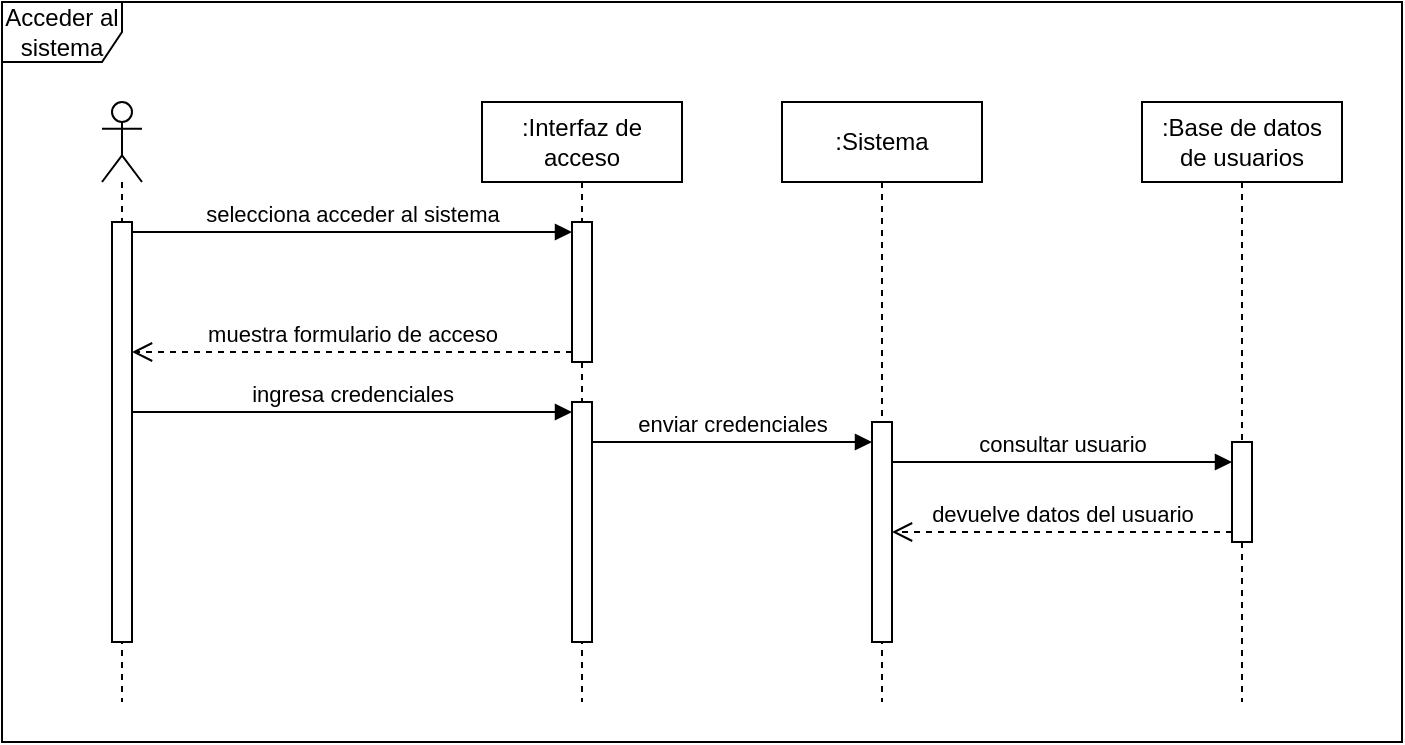
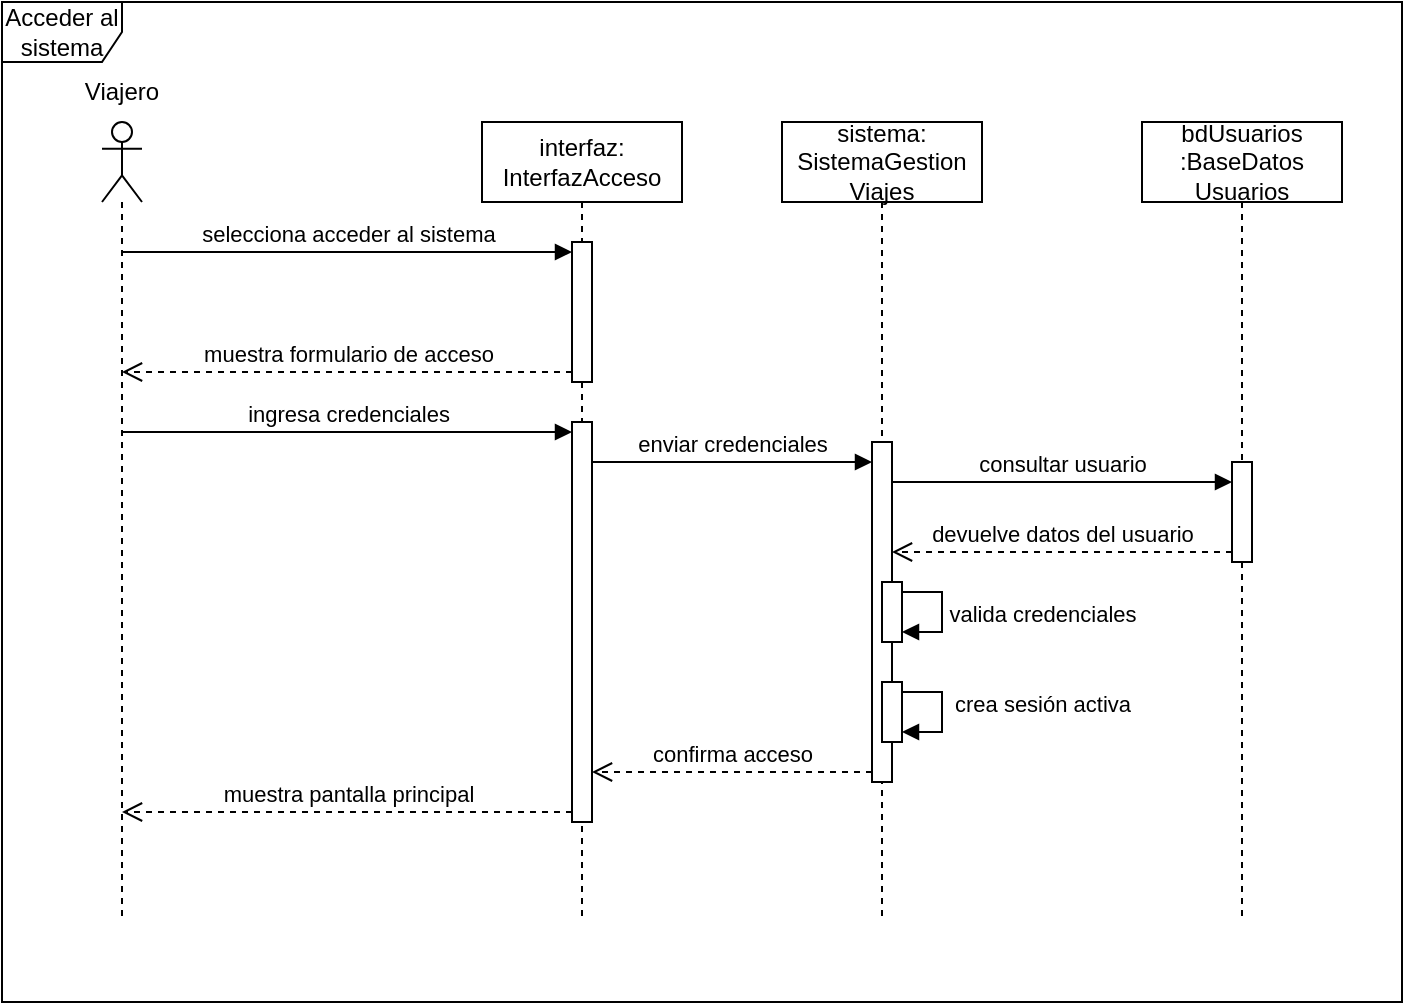
<mxfile host="app.diagrams.net">
  <diagram name="Page-1" id="XoSe4Bvsa1zk3Fma54D0">
-     <mxGraphModel dx="816" dy="572" grid="1" gridSize="10" guides="1" tooltips="1" connect="1" arrows="1" fold="1" page="1" pageScale="1" pageWidth="850" pageHeight="1100" math="0" shadow="0">
+     <mxGraphModel dx="758" dy="522" grid="1" gridSize="10" guides="1" tooltips="1" connect="1" arrows="1" fold="1" page="1" pageScale="1" pageWidth="850" pageHeight="1100" math="0" shadow="0">
      <root>
        <mxCell id="0" />
        <mxCell id="1" parent="0" />
        <mxCell id="zznDNYEqhcvfvObnSjIi-2" parent="1" style="shape=umlFrame;whiteSpace=wrap;html=1;pointerEvents=0;" value="Acceder al sistema" vertex="1">
-           <mxGeometry height="370" width="700" x="210" y="160" as="geometry" />
+           <mxGeometry height="500" width="700" x="210" y="150" as="geometry" />
        </mxCell>
        <mxCell id="zznDNYEqhcvfvObnSjIi-3" parent="1" style="shape=umlLifeline;perimeter=lifelinePerimeter;whiteSpace=wrap;html=1;container=1;dropTarget=0;collapsible=0;recursiveResize=0;outlineConnect=0;portConstraint=eastwest;newEdgeStyle={&quot;curved&quot;:0,&quot;rounded&quot;:0};participant=umlActor;" value="" vertex="1">
-           <mxGeometry height="300" width="20" x="260" y="210" as="geometry" />
+           <mxGeometry height="400" width="20" x="260" y="210" as="geometry" />
        </mxCell>
-         <mxCell id="zznDNYEqhcvfvObnSjIi-13" parent="zznDNYEqhcvfvObnSjIi-3" style="html=1;points=[[0,0,0,0,5],[0,1,0,0,-5],[1,0,0,0,5],[1,1,0,0,-5]];perimeter=orthogonalPerimeter;outlineConnect=0;targetShapes=umlLifeline;portConstraint=eastwest;newEdgeStyle={&quot;curved&quot;:0,&quot;rounded&quot;:0};" value="" vertex="1">
-           <mxGeometry height="210" width="10" x="5" y="60" as="geometry" />
-         </mxCell>
-         <mxCell id="zznDNYEqhcvfvObnSjIi-5" parent="1" style="shape=umlLifeline;perimeter=lifelinePerimeter;whiteSpace=wrap;html=1;container=1;dropTarget=0;collapsible=0;recursiveResize=0;outlineConnect=0;portConstraint=eastwest;newEdgeStyle={&quot;curved&quot;:0,&quot;rounded&quot;:0};" value=":Interfaz de acceso" vertex="1">
-           <mxGeometry height="300" width="100" x="450" y="210" as="geometry" />
+         <mxCell id="zznDNYEqhcvfvObnSjIi-5" parent="1" style="shape=umlLifeline;perimeter=lifelinePerimeter;whiteSpace=wrap;html=1;container=1;dropTarget=0;collapsible=0;recursiveResize=0;outlineConnect=0;portConstraint=eastwest;newEdgeStyle={&quot;curved&quot;:0,&quot;rounded&quot;:0};" value="&lt;div&gt;interfaz:&lt;/div&gt;&lt;div&gt;InterfazAcceso&lt;/div&gt;" vertex="1">
+           <mxGeometry height="400" width="100" x="450" y="210" as="geometry" />
        </mxCell>
        <mxCell id="zznDNYEqhcvfvObnSjIi-15" parent="zznDNYEqhcvfvObnSjIi-5" style="html=1;points=[[0,0,0,0,5],[0,1,0,0,-5],[1,0,0,0,5],[1,1,0,0,-5]];perimeter=orthogonalPerimeter;outlineConnect=0;targetShapes=umlLifeline;portConstraint=eastwest;newEdgeStyle={&quot;curved&quot;:0,&quot;rounded&quot;:0};" value="" vertex="1">
          <mxGeometry height="70" width="10" x="45" y="60" as="geometry" />
        </mxCell>
        <mxCell id="zznDNYEqhcvfvObnSjIi-23" parent="zznDNYEqhcvfvObnSjIi-5" style="html=1;points=[[0,0,0,0,5],[0,1,0,0,-5],[1,0,0,0,5],[1,1,0,0,-5]];perimeter=orthogonalPerimeter;outlineConnect=0;targetShapes=umlLifeline;portConstraint=eastwest;newEdgeStyle={&quot;curved&quot;:0,&quot;rounded&quot;:0};" value="" vertex="1">
-           <mxGeometry height="120" width="10" x="45" y="150" as="geometry" />
+           <mxGeometry height="200" width="10" x="45" y="150" as="geometry" />
        </mxCell>
-         <mxCell id="zznDNYEqhcvfvObnSjIi-6" parent="1" style="shape=umlLifeline;perimeter=lifelinePerimeter;whiteSpace=wrap;html=1;container=1;dropTarget=0;collapsible=0;recursiveResize=0;outlineConnect=0;portConstraint=eastwest;newEdgeStyle={&quot;curved&quot;:0,&quot;rounded&quot;:0};" value=":Sistema" vertex="1">
-           <mxGeometry height="300" width="100" x="600" y="210" as="geometry" />
+         <mxCell id="zznDNYEqhcvfvObnSjIi-6" parent="1" style="shape=umlLifeline;perimeter=lifelinePerimeter;whiteSpace=wrap;html=1;container=1;dropTarget=0;collapsible=0;recursiveResize=0;outlineConnect=0;portConstraint=eastwest;newEdgeStyle={&quot;curved&quot;:0,&quot;rounded&quot;:0};" value="&lt;div&gt;sistema:&lt;/div&gt;&lt;div&gt;SistemaGestion&lt;/div&gt;&lt;div&gt;Viajes&lt;/div&gt;" vertex="1">
+           <mxGeometry height="400" width="100" x="600" y="210" as="geometry" />
        </mxCell>
        <mxCell id="zznDNYEqhcvfvObnSjIi-26" parent="zznDNYEqhcvfvObnSjIi-6" style="html=1;points=[[0,0,0,0,5],[0,1,0,0,-5],[1,0,0,0,5],[1,1,0,0,-5]];perimeter=orthogonalPerimeter;outlineConnect=0;targetShapes=umlLifeline;portConstraint=eastwest;newEdgeStyle={&quot;curved&quot;:0,&quot;rounded&quot;:0};" value="" vertex="1">
-           <mxGeometry height="110" width="10" x="45" y="160" as="geometry" />
+           <mxGeometry height="170" width="10" x="45" y="160" as="geometry" />
        </mxCell>
-         <mxCell id="zznDNYEqhcvfvObnSjIi-7" parent="1" style="shape=umlLifeline;perimeter=lifelinePerimeter;whiteSpace=wrap;html=1;container=1;dropTarget=0;collapsible=0;recursiveResize=0;outlineConnect=0;portConstraint=eastwest;newEdgeStyle={&quot;curved&quot;:0,&quot;rounded&quot;:0};" value="&lt;div&gt;:Base de datos&lt;/div&gt;&lt;div&gt;de usuarios&lt;/div&gt;" vertex="1">
-           <mxGeometry height="300" width="100" x="780" y="210" as="geometry" />
+         <mxCell id="45dRcC3L5t74qwIQxNL3-1" parent="zznDNYEqhcvfvObnSjIi-6" style="html=1;points=[[0,0,0,0,5],[0,1,0,0,-5],[1,0,0,0,5],[1,1,0,0,-5]];perimeter=orthogonalPerimeter;outlineConnect=0;targetShapes=umlLifeline;portConstraint=eastwest;newEdgeStyle={&quot;curved&quot;:0,&quot;rounded&quot;:0};" value="" vertex="1">
+           <mxGeometry height="30" width="10" x="50" y="230" as="geometry" />
+         </mxCell>
+         <mxCell id="45dRcC3L5t74qwIQxNL3-2" edge="1" parent="zznDNYEqhcvfvObnSjIi-6" source="45dRcC3L5t74qwIQxNL3-1" style="html=1;verticalAlign=bottom;endArrow=block;curved=0;rounded=0;exitX=1;exitY=0;exitDx=0;exitDy=5;exitPerimeter=0;" target="45dRcC3L5t74qwIQxNL3-1" value="valida credenciales">
+           <mxGeometry relative="1" width="80" x="0.3333" y="-50" as="geometry">
+             <mxPoint x="50" y="50" as="offset" />
+             <mxPoint x="70" y="250" as="sourcePoint" />
+             <mxPoint x="150" y="250" as="targetPoint" />
+           </mxGeometry>
+         </mxCell>
+         <mxCell id="45dRcC3L5t74qwIQxNL3-3" parent="zznDNYEqhcvfvObnSjIi-6" style="html=1;points=[[0,0,0,0,5],[0,1,0,0,-5],[1,0,0,0,5],[1,1,0,0,-5]];perimeter=orthogonalPerimeter;outlineConnect=0;targetShapes=umlLifeline;portConstraint=eastwest;newEdgeStyle={&quot;curved&quot;:0,&quot;rounded&quot;:0};" value="" vertex="1">
+           <mxGeometry height="30" width="10" x="50" y="280" as="geometry" />
+         </mxCell>
+         <mxCell id="45dRcC3L5t74qwIQxNL3-4" edge="1" parent="zznDNYEqhcvfvObnSjIi-6" source="45dRcC3L5t74qwIQxNL3-3" style="html=1;verticalAlign=bottom;endArrow=block;curved=0;rounded=0;entryX=1;entryY=1;entryDx=0;entryDy=-5;entryPerimeter=0;" target="45dRcC3L5t74qwIQxNL3-3" value="crea sesión activa">
+           <mxGeometry relative="1" width="80" x="0.1667" y="50" as="geometry">
+             <mxPoint as="offset" />
+             <mxPoint x="30" y="300" as="sourcePoint" />
+             <mxPoint x="110" y="300" as="targetPoint" />
+           </mxGeometry>
+         </mxCell>
+         <mxCell id="zznDNYEqhcvfvObnSjIi-7" parent="1" style="shape=umlLifeline;perimeter=lifelinePerimeter;whiteSpace=wrap;html=1;container=1;dropTarget=0;collapsible=0;recursiveResize=0;outlineConnect=0;portConstraint=eastwest;newEdgeStyle={&quot;curved&quot;:0,&quot;rounded&quot;:0};" value="bdUsuarios&lt;div&gt;:BaseDatos&lt;/div&gt;&lt;div&gt;Usuarios&lt;/div&gt;" vertex="1">
+           <mxGeometry height="400" width="100" x="780" y="210" as="geometry" />
        </mxCell>
        <mxCell id="zznDNYEqhcvfvObnSjIi-28" parent="zznDNYEqhcvfvObnSjIi-7" style="html=1;points=[[0,0,0,0,5],[0,1,0,0,-5],[1,0,0,0,5],[1,1,0,0,-5]];perimeter=orthogonalPerimeter;outlineConnect=0;targetShapes=umlLifeline;portConstraint=eastwest;newEdgeStyle={&quot;curved&quot;:0,&quot;rounded&quot;:0};" value="" vertex="1">
          <mxGeometry height="50" width="10" x="45" y="170" as="geometry" />
        </mxCell>
-         <mxCell id="zznDNYEqhcvfvObnSjIi-20" edge="1" parent="1" source="zznDNYEqhcvfvObnSjIi-13" style="html=1;verticalAlign=bottom;endArrow=block;curved=0;rounded=0;exitX=1;exitY=0;exitDx=0;exitDy=5;exitPerimeter=0;entryX=0;entryY=0;entryDx=0;entryDy=5;entryPerimeter=0;" target="zznDNYEqhcvfvObnSjIi-15" value="selecciona acceder al sistema">
+         <mxCell id="zznDNYEqhcvfvObnSjIi-20" edge="1" parent="1" source="zznDNYEqhcvfvObnSjIi-3" style="html=1;verticalAlign=bottom;endArrow=block;curved=0;rounded=0;entryX=0;entryY=0;entryDx=0;entryDy=5;entryPerimeter=0;" target="zznDNYEqhcvfvObnSjIi-15" value="selecciona acceder al sistema">
          <mxGeometry relative="1" width="80" as="geometry">
-             <mxPoint x="330" y="360" as="sourcePoint" />
+             <mxPoint x="274.9999999999999" y="275" as="sourcePoint" />
            <mxPoint x="410" y="360" as="targetPoint" />
          </mxGeometry>
        </mxCell>
-         <mxCell id="zznDNYEqhcvfvObnSjIi-22" edge="1" parent="1" source="zznDNYEqhcvfvObnSjIi-15" style="html=1;verticalAlign=bottom;endArrow=open;dashed=1;endSize=8;curved=0;rounded=0;exitX=0;exitY=1;exitDx=0;exitDy=-5;exitPerimeter=0;" target="zznDNYEqhcvfvObnSjIi-13" value="muestra formulario de acceso">
+         <mxCell id="zznDNYEqhcvfvObnSjIi-22" edge="1" parent="1" source="zznDNYEqhcvfvObnSjIi-15" style="html=1;verticalAlign=bottom;endArrow=open;dashed=1;endSize=8;curved=0;rounded=0;exitX=0;exitY=1;exitDx=0;exitDy=-5;exitPerimeter=0;" target="zznDNYEqhcvfvObnSjIi-3" value="muestra formulario de acceso">
          <mxGeometry relative="1" as="geometry">
            <mxPoint x="520" y="340" as="sourcePoint" />
-             <mxPoint x="440" y="340" as="targetPoint" />
+             <mxPoint x="274.9999999999999" y="335" as="targetPoint" />
          </mxGeometry>
        </mxCell>
-         <mxCell id="zznDNYEqhcvfvObnSjIi-24" edge="1" parent="1" source="zznDNYEqhcvfvObnSjIi-13" style="html=1;verticalAlign=bottom;endArrow=block;curved=0;rounded=0;entryX=0;entryY=0;entryDx=0;entryDy=5;entryPerimeter=0;" target="zznDNYEqhcvfvObnSjIi-23" value="ingresa credenciales">
+         <mxCell id="zznDNYEqhcvfvObnSjIi-24" edge="1" parent="1" source="zznDNYEqhcvfvObnSjIi-3" style="html=1;verticalAlign=bottom;endArrow=block;curved=0;rounded=0;entryX=0;entryY=0;entryDx=0;entryDy=5;entryPerimeter=0;" target="zznDNYEqhcvfvObnSjIi-23" value="ingresa credenciales">
          <mxGeometry relative="1" width="80" as="geometry">
-             <mxPoint x="410" y="360" as="sourcePoint" />
+             <mxPoint x="274.9999999999999" y="365" as="sourcePoint" />
            <mxPoint x="490" y="360" as="targetPoint" />
          </mxGeometry>
        </mxCell>
        <mxCell id="zznDNYEqhcvfvObnSjIi-25" edge="1" parent="1" source="zznDNYEqhcvfvObnSjIi-23" style="html=1;verticalAlign=bottom;endArrow=block;curved=0;rounded=0;" value="enviar credenciales">
          <mxGeometry relative="1" width="80" as="geometry">
            <mxPoint x="505" y="380" as="sourcePoint" />
            <mxPoint x="645" y="380" as="targetPoint" />
          </mxGeometry>
        </mxCell>
        <mxCell id="zznDNYEqhcvfvObnSjIi-27" edge="1" parent="1" style="html=1;verticalAlign=bottom;endArrow=block;curved=0;rounded=0;" target="zznDNYEqhcvfvObnSjIi-28" value="consultar usuario">
          <mxGeometry relative="1" width="80" as="geometry">
            <mxPoint x="655" y="390" as="sourcePoint" />
            <mxPoint x="765" y="390" as="targetPoint" />
          </mxGeometry>
        </mxCell>
        <mxCell id="zznDNYEqhcvfvObnSjIi-29" edge="1" parent="1" source="zznDNYEqhcvfvObnSjIi-28" style="html=1;verticalAlign=bottom;endArrow=open;dashed=1;endSize=8;curved=0;rounded=0;exitX=0;exitY=1;exitDx=0;exitDy=-5;exitPerimeter=0;" target="zznDNYEqhcvfvObnSjIi-26" value="devuelve datos del usuario">
          <mxGeometry relative="1" as="geometry">
            <mxPoint x="620" y="370" as="sourcePoint" />
            <mxPoint x="540" y="370" as="targetPoint" />
          </mxGeometry>
        </mxCell>
+         <mxCell id="45dRcC3L5t74qwIQxNL3-5" edge="1" parent="1" source="zznDNYEqhcvfvObnSjIi-26" style="html=1;verticalAlign=bottom;endArrow=open;dashed=1;endSize=8;curved=0;rounded=0;exitX=0;exitY=1;exitDx=0;exitDy=-5;exitPerimeter=0;" target="zznDNYEqhcvfvObnSjIi-23" value="confirma acceso">
+           <mxGeometry relative="1" as="geometry">
+             <mxPoint x="670" y="500" as="sourcePoint" />
+             <mxPoint x="590" y="500" as="targetPoint" />
+           </mxGeometry>
+         </mxCell>
+         <mxCell id="45dRcC3L5t74qwIQxNL3-6" edge="1" parent="1" source="zznDNYEqhcvfvObnSjIi-23" style="html=1;verticalAlign=bottom;endArrow=open;dashed=1;endSize=8;curved=0;rounded=0;exitX=0;exitY=1;exitDx=0;exitDy=-5;exitPerimeter=0;" target="zznDNYEqhcvfvObnSjIi-3" value="muestra pantalla principal">
+           <mxGeometry relative="1" as="geometry">
+             <mxPoint x="470" y="470" as="sourcePoint" />
+             <mxPoint x="274.9999999999999" y="555" as="targetPoint" />
+           </mxGeometry>
+         </mxCell>
+         <mxCell id="45dRcC3L5t74qwIQxNL3-7" parent="1" style="text;html=1;whiteSpace=wrap;strokeColor=none;fillColor=none;align=center;verticalAlign=middle;rounded=0;" value="Viajero" vertex="1">
+           <mxGeometry height="30" width="60" x="240" y="180" as="geometry" />
+         </mxCell>
      </root>
    </mxGraphModel>
  </diagram>
</mxfile>
